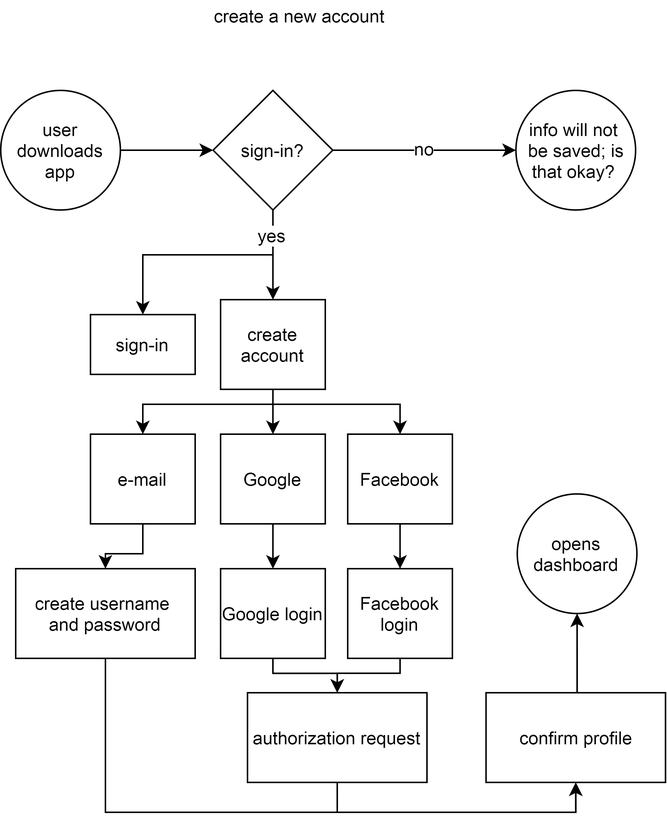
Before: images/yir/userflow_createaccount.png, a diagram exported from draw.io (jesykaness/jesykaness.github.io). Source tidied: cells renumbered, new cells last; positions are measured from the earlier drawing's top-left corner, leaving out a move shared by most shapes.
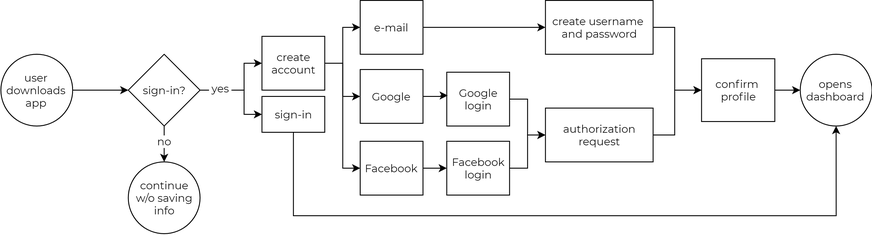
Later version of the same file.

Change to the diagram source:
```diff
@@ -2,140 +2,131 @@
   <root>
     <mxCell id="0" />
     <mxCell id="1" parent="0" />
-    <mxCell id="2" value="&lt;div style=&quot;text-align: left&quot;&gt;&lt;span&gt;create a new account&lt;/span&gt;&lt;/div&gt;" style="text;html=1;strokeColor=none;fillColor=none;align=center;verticalAlign=middle;whiteSpace=wrap;rounded=0;" parent="1" vertex="1">
-      <mxGeometry x="60" width="280" height="20" as="geometry" />
+    <mxCell id="2" style="edgeStyle=orthogonalEdgeStyle;rounded=0;jettySize=auto;html=1;entryX=0;entryY=0.5;entryDx=0;entryDy=0;fillColor=none;fontFamily=Montserrat;" parent="1" edge="1" source="3" target="7">
+      <mxGeometry relative="1" as="geometry" />
     </mxCell>
-    <mxCell id="3" style="edgeStyle=orthogonalEdgeStyle;rounded=0;jettySize=auto;html=1;entryX=0;entryY=0.5;entryDx=0;entryDy=0;fillColor=none;" parent="1" edge="1" source="4" target="8">
-      <mxGeometry relative="1" as="geometry" />
+    <mxCell id="3" value="user downloads app" style="ellipse;whiteSpace=wrap;html=1;fillColor=none;fontFamily=Montserrat;" parent="1" vertex="1">
+      <mxGeometry x="35.5" y="140" width="80" height="80" as="geometry" />
     </mxCell>
-    <mxCell id="4" value="user downloads app" style="ellipse;whiteSpace=wrap;html=1;fillColor=none;" parent="1" vertex="1">
-      <mxGeometry y="60" width="80" height="80" as="geometry" />
+    <mxCell id="4" style="edgeStyle=orthogonalEdgeStyle;rounded=0;jettySize=auto;html=1;entryX=0;entryY=0.5;entryDx=0;entryDy=0;fontFamily=Montserrat;" parent="1" edge="1" source="7" target="14">
+      <mxGeometry relative="1" as="geometry">
+        <Array as="points">
+          <mxPoint x="306.5" y="180" />
+          <mxPoint x="306.5" y="150" />
+        </Array>
+      </mxGeometry>
     </mxCell>
-    <mxCell id="5" style="edgeStyle=orthogonalEdgeStyle;rounded=0;jettySize=auto;html=1;entryX=0;entryY=0.5;entryDx=0;entryDy=0;fillColor=none;" parent="1" edge="1" source="8" target="9">
-      <mxGeometry relative="1" as="geometry" />
+    <mxCell id="5" style="edgeStyle=orthogonalEdgeStyle;rounded=0;jettySize=auto;html=1;entryX=0;entryY=0.5;entryDx=0;entryDy=0;fontFamily=Montserrat;" parent="1" edge="1" source="7" target="10">
+      <mxGeometry relative="1" as="geometry">
+        <Array as="points">
+          <mxPoint x="306.5" y="180" />
+          <mxPoint x="306.5" y="207" />
+        </Array>
+      </mxGeometry>
     </mxCell>
-    <mxCell id="6" style="edgeStyle=orthogonalEdgeStyle;rounded=0;jettySize=auto;html=1;entryX=0.5;entryY=0;entryDx=0;entryDy=0;fillColor=none;" parent="1" edge="1" source="8" target="14">
+    <mxCell id="6" style="edgeStyle=orthogonalEdgeStyle;rounded=0;jettySize=auto;html=1;entryX=0.5;entryY=0;entryDx=0;entryDy=0;fontFamily=Montserrat;" parent="1" edge="1" source="7" target="8">
       <mxGeometry relative="1" as="geometry" />
     </mxCell>
-    <mxCell id="7" style="edgeStyle=orthogonalEdgeStyle;rounded=0;jettySize=auto;html=1;entryX=0.5;entryY=0;entryDx=0;entryDy=0;fillColor=none;" parent="1" edge="1" source="8" target="10">
-      <mxGeometry relative="1" as="geometry">
-        <Array as="points">
-          <mxPoint x="182" y="170" />
-          <mxPoint x="95" y="170" />
-        </Array>
-      </mxGeometry>
+    <mxCell id="7" value="sign-in?" style="rhombus;whiteSpace=wrap;html=1;fillColor=none;fontFamily=Montserrat;" parent="1" vertex="1">
+      <mxGeometry x="177.5" y="140" width="80" height="80" as="geometry" />
     </mxCell>
-    <mxCell id="8" value="sign-in?" style="rhombus;whiteSpace=wrap;html=1;fillColor=none;" parent="1" vertex="1">
-      <mxGeometry x="142" y="60" width="80" height="80" as="geometry" />
+    <mxCell id="8" value="continue&lt;br&gt;w/o saving&lt;br&gt;info" style="ellipse;whiteSpace=wrap;html=1;fillColor=none;fontFamily=Montserrat;" parent="1" vertex="1">
+      <mxGeometry x="177.5" y="260" width="80" height="80" as="geometry" />
     </mxCell>
-    <mxCell id="9" value="info will not &lt;br&gt;be saved; is that okay?&amp;nbsp;" style="ellipse;whiteSpace=wrap;html=1;fillColor=none;" parent="1" vertex="1">
-      <mxGeometry x="344.5" y="60" width="80" height="80" as="geometry" />
+    <mxCell id="9" style="edgeStyle=orthogonalEdgeStyle;rounded=0;jettySize=auto;html=1;entryX=0.5;entryY=1;entryDx=0;entryDy=0;fontFamily=Montserrat;" parent="1" edge="1" source="10" target="32">
+      <mxGeometry relative="1" as="geometry">
+        <Array as="points">
+          <mxPoint x="361.5" y="320" />
+          <mxPoint x="966.5" y="320" />
+        </Array>
+      </mxGeometry>
     </mxCell>
-    <mxCell id="10" value="sign-in" style="rounded=0;whiteSpace=wrap;html=1;fillColor=none;" parent="1" vertex="1">
-      <mxGeometry x="60" y="210" width="70" height="40" as="geometry" />
+    <mxCell id="10" value="sign-in" style="rounded=0;whiteSpace=wrap;html=1;fillColor=none;fontFamily=Montserrat;" parent="1" vertex="1">
+      <mxGeometry x="326.5" y="187" width="70" height="40" as="geometry" />
     </mxCell>
-    <mxCell id="11" style="edgeStyle=orthogonalEdgeStyle;rounded=0;jettySize=auto;html=1;fillColor=none;" parent="1" edge="1" source="14" target="18">
+    <mxCell id="11" style="edgeStyle=orthogonalEdgeStyle;rounded=0;jettySize=auto;html=1;entryX=0;entryY=0.5;entryDx=0;entryDy=0;fontFamily=Montserrat;" parent="1" edge="1" source="14" target="16">
       <mxGeometry relative="1" as="geometry" />
     </mxCell>
-    <mxCell id="12" style="edgeStyle=orthogonalEdgeStyle;rounded=0;jettySize=auto;html=1;fillColor=none;" parent="1" edge="1" source="14" target="16">
-      <mxGeometry relative="1" as="geometry">
-        <Array as="points">
-          <mxPoint x="182" y="270" />
-          <mxPoint x="95" y="270" />
-        </Array>
-      </mxGeometry>
+    <mxCell id="12" style="edgeStyle=orthogonalEdgeStyle;rounded=0;jettySize=auto;html=1;fontFamily=Montserrat;" parent="1" edge="1" source="14" target="18">
+      <mxGeometry relative="1" as="geometry" />
     </mxCell>
-    <mxCell id="13" style="edgeStyle=orthogonalEdgeStyle;rounded=0;jettySize=auto;html=1;entryX=0.5;entryY=0;entryDx=0;entryDy=0;fillColor=none;" parent="1" edge="1" source="14" target="20">
+    <mxCell id="13" style="edgeStyle=orthogonalEdgeStyle;rounded=0;jettySize=auto;html=1;entryX=0;entryY=0.5;entryDx=0;entryDy=0;fontFamily=Montserrat;" parent="1" edge="1" source="14" target="20">
       <mxGeometry relative="1" as="geometry">
         <Array as="points">
-          <mxPoint x="182" y="270" />
-          <mxPoint x="267" y="270" />
+          <mxPoint x="416.5" y="150" />
+          <mxPoint x="416.5" y="267" />
         </Array>
       </mxGeometry>
     </mxCell>
-    <mxCell id="14" value="create account" style="rounded=0;whiteSpace=wrap;html=1;fillColor=none;" parent="1" vertex="1">
-      <mxGeometry x="147" y="200" width="70" height="60" as="geometry" />
+    <mxCell id="14" value="create account" style="rounded=0;whiteSpace=wrap;html=1;fillColor=none;fontFamily=Montserrat;" parent="1" vertex="1">
+      <mxGeometry x="326.5" y="120" width="70" height="60" as="geometry" />
     </mxCell>
-    <mxCell id="15" style="edgeStyle=orthogonalEdgeStyle;rounded=0;jettySize=auto;html=1;entryX=0.5;entryY=0;entryDx=0;entryDy=0;fillColor=none;" parent="1" edge="1" source="16" target="22">
+    <mxCell id="15" style="edgeStyle=orthogonalEdgeStyle;rounded=0;jettySize=auto;html=1;fontFamily=Montserrat;" parent="1" edge="1" source="16" target="22">
       <mxGeometry relative="1" as="geometry" />
     </mxCell>
-    <mxCell id="16" value="e-mail" style="rounded=0;whiteSpace=wrap;html=1;fillColor=none;" parent="1" vertex="1">
-      <mxGeometry x="60" y="290" width="70" height="60" as="geometry" />
+    <mxCell id="16" value="e-mail" style="rounded=0;whiteSpace=wrap;html=1;fillColor=none;fontFamily=Montserrat;" parent="1" vertex="1">
+      <mxGeometry x="436" y="80" width="70" height="60" as="geometry" />
     </mxCell>
-    <mxCell id="17" style="edgeStyle=orthogonalEdgeStyle;rounded=0;jettySize=auto;html=1;fillColor=none;" parent="1" edge="1" source="18" target="26">
+    <mxCell id="17" style="edgeStyle=orthogonalEdgeStyle;rounded=0;jettySize=auto;html=1;entryX=0.016;entryY=0.433;entryDx=0;entryDy=0;entryPerimeter=0;fontFamily=Montserrat;" parent="1" edge="1" source="18" target="26">
       <mxGeometry relative="1" as="geometry" />
     </mxCell>
-    <mxCell id="18" value="Google" style="rounded=0;whiteSpace=wrap;html=1;fillColor=none;" parent="1" vertex="1">
-      <mxGeometry x="147" y="290" width="70" height="60" as="geometry" />
+    <mxCell id="18" value="Google" style="rounded=0;whiteSpace=wrap;html=1;fillColor=none;fontFamily=Montserrat;" parent="1" vertex="1">
+      <mxGeometry x="436" y="157" width="70" height="60" as="geometry" />
     </mxCell>
-    <mxCell id="19" style="edgeStyle=orthogonalEdgeStyle;rounded=0;jettySize=auto;html=1;fillColor=none;" parent="1" edge="1" source="20" target="24">
+    <mxCell id="19" style="edgeStyle=orthogonalEdgeStyle;rounded=0;jettySize=auto;html=1;entryX=0;entryY=0.5;entryDx=0;entryDy=0;fontFamily=Montserrat;" parent="1" edge="1" source="20" target="24">
       <mxGeometry relative="1" as="geometry" />
     </mxCell>
-    <mxCell id="20" value="Facebook" style="rounded=0;whiteSpace=wrap;html=1;fillColor=none;" parent="1" vertex="1">
-      <mxGeometry x="232" y="290" width="70" height="60" as="geometry" />
+    <mxCell id="20" value="Facebook" style="rounded=0;whiteSpace=wrap;html=1;fillColor=none;fontFamily=Montserrat;" parent="1" vertex="1">
+      <mxGeometry x="436" y="237" width="70" height="60" as="geometry" />
     </mxCell>
-    <mxCell id="21" style="edgeStyle=orthogonalEdgeStyle;rounded=0;jettySize=auto;html=1;entryX=0.5;entryY=1;entryDx=0;entryDy=0;fillColor=none;" parent="1" edge="1" source="22" target="30">
+    <mxCell id="21" style="edgeStyle=orthogonalEdgeStyle;rounded=0;jettySize=auto;html=1;entryX=0;entryY=0.5;entryDx=0;entryDy=0;fontFamily=Montserrat;" parent="1" edge="1" source="22" target="30">
       <mxGeometry relative="1" as="geometry">
         <Array as="points">
-          <mxPoint x="70" y="543" />
-          <mxPoint x="385" y="543" />
+          <mxPoint x="786.5" y="110" />
+          <mxPoint x="786.5" y="180" />
         </Array>
       </mxGeometry>
     </mxCell>
-    <mxCell id="22" value="create username &lt;br&gt;and password" style="rounded=0;whiteSpace=wrap;html=1;fillColor=none;" parent="1" vertex="1">
-      <mxGeometry x="10" y="380" width="120" height="60" as="geometry" />
+    <mxCell id="22" value="create username &lt;br&gt;and password" style="rounded=0;whiteSpace=wrap;html=1;fillColor=none;fontFamily=Montserrat;" parent="1" vertex="1">
+      <mxGeometry x="642.5" y="80" width="120" height="60" as="geometry" />
     </mxCell>
-    <mxCell id="23" style="edgeStyle=orthogonalEdgeStyle;rounded=0;jettySize=auto;html=1;entryX=0.5;entryY=0;entryDx=0;entryDy=0;fillColor=none;" parent="1" edge="1" source="24" target="28">
-      <mxGeometry relative="1" as="geometry">
-        <Array as="points">
-          <mxPoint x="267" y="450" />
-          <mxPoint x="225" y="450" />
-        </Array>
-      </mxGeometry>
+    <mxCell id="23" style="edgeStyle=orthogonalEdgeStyle;rounded=0;jettySize=auto;html=1;entryX=0;entryY=0.5;entryDx=0;entryDy=0;fontFamily=Montserrat;" parent="1" edge="1" source="24" target="28">
+      <mxGeometry relative="1" as="geometry" />
     </mxCell>
-    <mxCell id="24" value="Facebook login" style="rounded=0;whiteSpace=wrap;html=1;fillColor=none;" parent="1" vertex="1">
-      <mxGeometry x="232" y="380" width="70" height="60" as="geometry" />
+    <mxCell id="24" value="Facebook login" style="rounded=0;whiteSpace=wrap;html=1;fillColor=none;fontFamily=Montserrat;" parent="1" vertex="1">
+      <mxGeometry x="532.5" y="237" width="70" height="60" as="geometry" />
     </mxCell>
-    <mxCell id="25" style="edgeStyle=orthogonalEdgeStyle;rounded=0;jettySize=auto;html=1;fillColor=none;" parent="1" edge="1" source="26" target="28">
-      <mxGeometry relative="1" as="geometry">
-        <Array as="points">
-          <mxPoint x="182" y="450" />
-          <mxPoint x="225" y="450" />
-        </Array>
-      </mxGeometry>
+    <mxCell id="25" style="edgeStyle=orthogonalEdgeStyle;rounded=0;jettySize=auto;html=1;fontFamily=Montserrat;" parent="1" edge="1" source="26" target="28">
+      <mxGeometry relative="1" as="geometry" />
     </mxCell>
-    <mxCell id="26" value="Google login" style="rounded=0;whiteSpace=wrap;html=1;fillColor=none;" parent="1" vertex="1">
-      <mxGeometry x="147" y="380" width="70" height="60" as="geometry" />
+    <mxCell id="26" value="Google login" style="rounded=0;whiteSpace=wrap;html=1;fillColor=none;fontFamily=Montserrat;" parent="1" vertex="1">
+      <mxGeometry x="532.5" y="160" width="70" height="60" as="geometry" />
     </mxCell>
-    <mxCell id="27" style="edgeStyle=orthogonalEdgeStyle;rounded=0;jettySize=auto;html=1;entryX=0.5;entryY=1;entryDx=0;entryDy=0;fillColor=none;" parent="1" edge="1" source="28" target="30">
+    <mxCell id="27" style="edgeStyle=orthogonalEdgeStyle;rounded=0;jettySize=auto;html=1;entryX=0;entryY=0.5;entryDx=0;entryDy=0;fontFamily=Montserrat;" parent="1" edge="1" source="28" target="30">
       <mxGeometry relative="1" as="geometry">
         <Array as="points">
-          <mxPoint x="225" y="543" />
-          <mxPoint x="385" y="543" />
+          <mxPoint x="786.5" y="230" />
+          <mxPoint x="786.5" y="180" />
         </Array>
       </mxGeometry>
     </mxCell>
-    <mxCell id="28" value="authorization request" style="rounded=0;whiteSpace=wrap;html=1;fillColor=none;" parent="1" vertex="1">
-      <mxGeometry x="165" y="463" width="120" height="60" as="geometry" />
+    <mxCell id="28" value="authorization request" style="rounded=0;whiteSpace=wrap;html=1;fillColor=none;fontFamily=Montserrat;" parent="1" vertex="1">
+      <mxGeometry x="642.5" y="200" width="120" height="60" as="geometry" />
     </mxCell>
-    <mxCell id="29" style="edgeStyle=orthogonalEdgeStyle;rounded=0;jettySize=auto;html=1;entryX=0.5;entryY=1;entryDx=0;entryDy=0;fillColor=none;" parent="1" edge="1" source="30" target="33">
-      <mxGeometry relative="1" as="geometry">
-        <Array as="points">
-          <mxPoint x="384" y="436" />
-        </Array>
-      </mxGeometry>
+    <mxCell id="29" style="edgeStyle=orthogonalEdgeStyle;rounded=0;jettySize=auto;html=1;entryX=0;entryY=0.5;entryDx=0;entryDy=0;fontFamily=Montserrat;" parent="1" edge="1" source="30" target="32">
+      <mxGeometry relative="1" as="geometry" />
     </mxCell>
-    <mxCell id="30" value="confirm profile" style="rounded=0;whiteSpace=wrap;html=1;fillColor=none;" parent="1" vertex="1">
-      <mxGeometry x="324.5" y="463" width="120" height="60" as="geometry" />
+    <mxCell id="30" value="confirm &lt;br&gt;profile" style="rounded=0;whiteSpace=wrap;html=1;fillColor=none;fontFamily=Montserrat;" parent="1" vertex="1">
+      <mxGeometry x="816.5" y="145" width="81.7" height="70" as="geometry" />
     </mxCell>
-    <mxCell id="31" value="&lt;span style=&quot;&quot;&gt;no&lt;/span&gt;" style="text;html=1;strokeColor=none;fillColor=none;align=center;verticalAlign=middle;whiteSpace=wrap;rounded=0;labelBackgroundColor=#ffffff;" parent="1" vertex="1">
-      <mxGeometry x="267" y="89" width="33" height="20" as="geometry" />
+    <mxCell id="31" value="&lt;span&gt;&amp;nbsp;yes&amp;nbsp;&lt;/span&gt;" style="text;html=1;strokeColor=none;fillColor=none;align=center;verticalAlign=middle;whiteSpace=wrap;rounded=0;labelBackgroundColor=#ffffff;fontFamily=Montserrat;" parent="1" vertex="1">
+      <mxGeometry x="264.5" y="168" width="33" height="20" as="geometry" />
     </mxCell>
-    <mxCell id="32" value="&lt;span&gt;yes&lt;/span&gt;" style="text;html=1;strokeColor=none;fillColor=none;align=center;verticalAlign=middle;whiteSpace=wrap;rounded=0;labelBackgroundColor=#ffffff;" parent="1" vertex="1">
-      <mxGeometry x="165" y="147" width="33" height="20" as="geometry" />
+    <mxCell id="32" value="opens dashboard" style="ellipse;whiteSpace=wrap;html=1;labelBackgroundColor=none;fillColor=none;fontFamily=Montserrat;" parent="1" vertex="1">
+      <mxGeometry x="926.5" y="140" width="80" height="80" as="geometry" />
     </mxCell>
-    <mxCell id="33" value="opens dashboard" style="ellipse;whiteSpace=wrap;html=1;labelBackgroundColor=none;fillColor=none;" parent="1" vertex="1">
-      <mxGeometry x="345.4" y="330" width="80" height="80" as="geometry" />
+    <mxCell id="33" value="&amp;nbsp;no&amp;nbsp;" style="text;html=1;strokeColor=none;fillColor=none;align=center;verticalAlign=middle;whiteSpace=wrap;rounded=0;fontFamily=Montserrat;labelBackgroundColor=#ffffff;" parent="1" vertex="1">
+      <mxGeometry x="198" y="227" width="40" height="20" as="geometry" />
     </mxCell>
   </root>
 </mxGraphModel>
```
